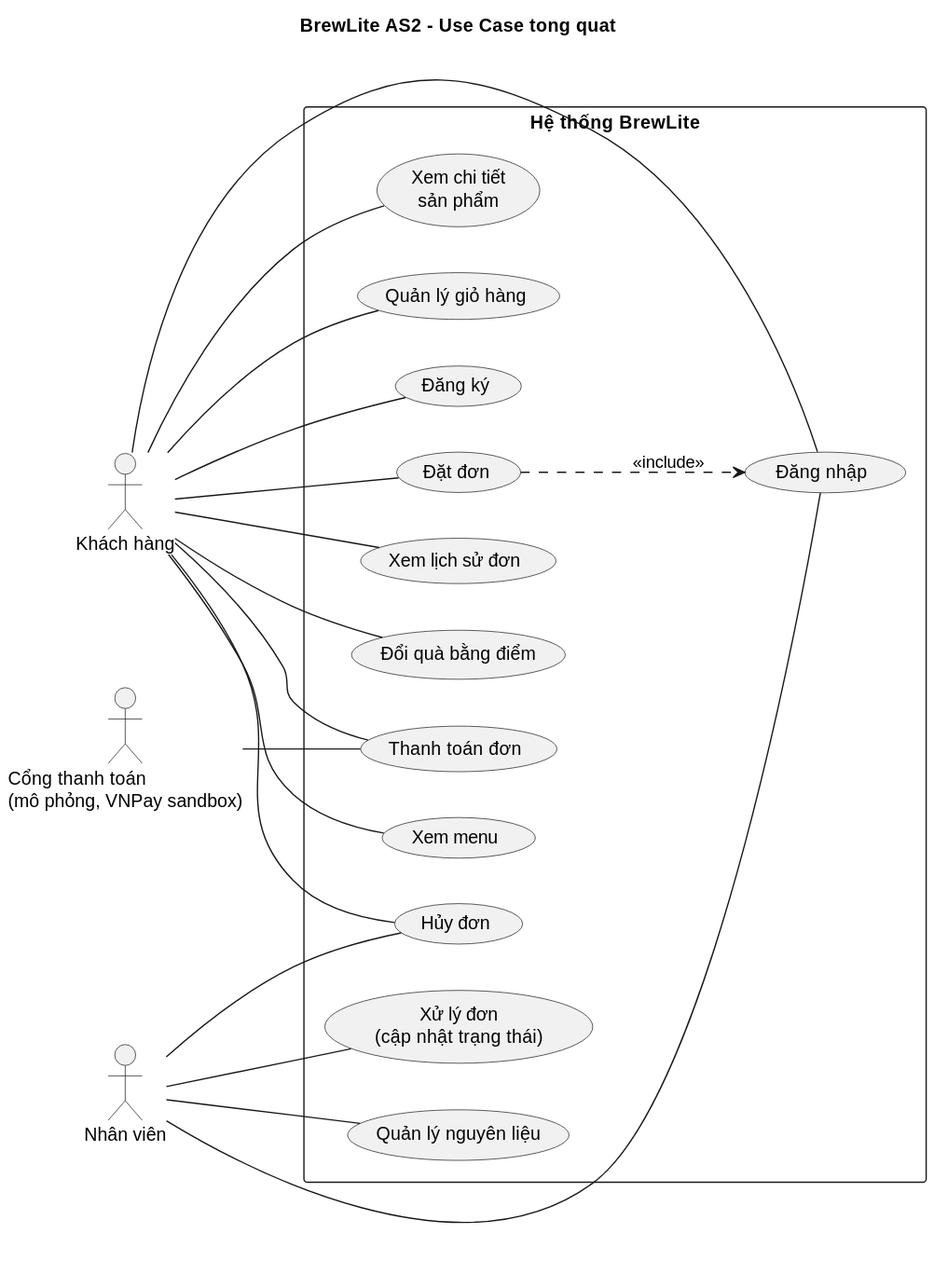
The PlantUML diagram docs/requirements/usecase-overview.svg in tthan-prog/BrewLite-AS2, before a commit.
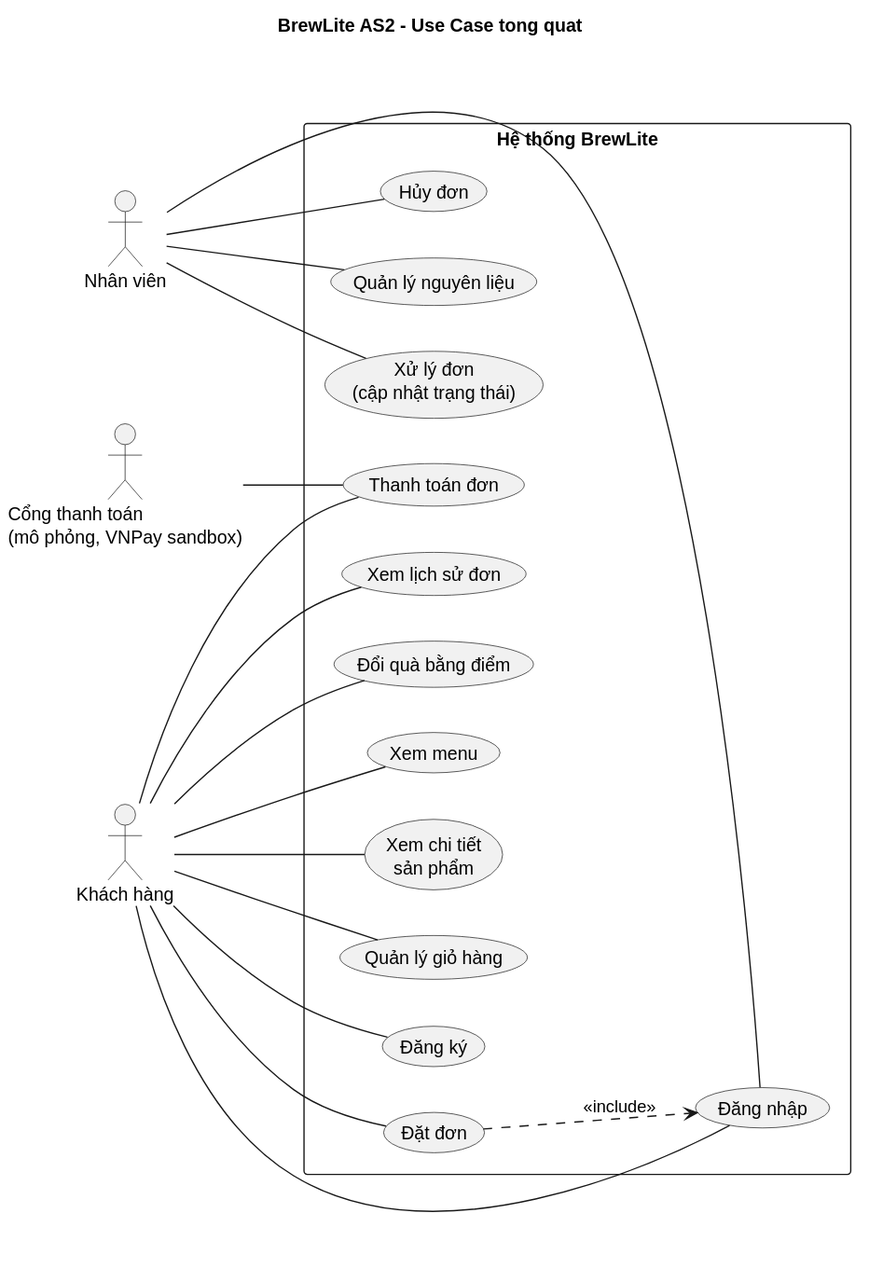
Above is the later version.

Change to the diagram source:
```diff
@@ -33,7 +33,6 @@
 Customer -- UC7
 Customer -- UC8
 Customer -- UC9
-Customer -- UC11
 
 Staff -- UC5
 Staff -- UC10
```
